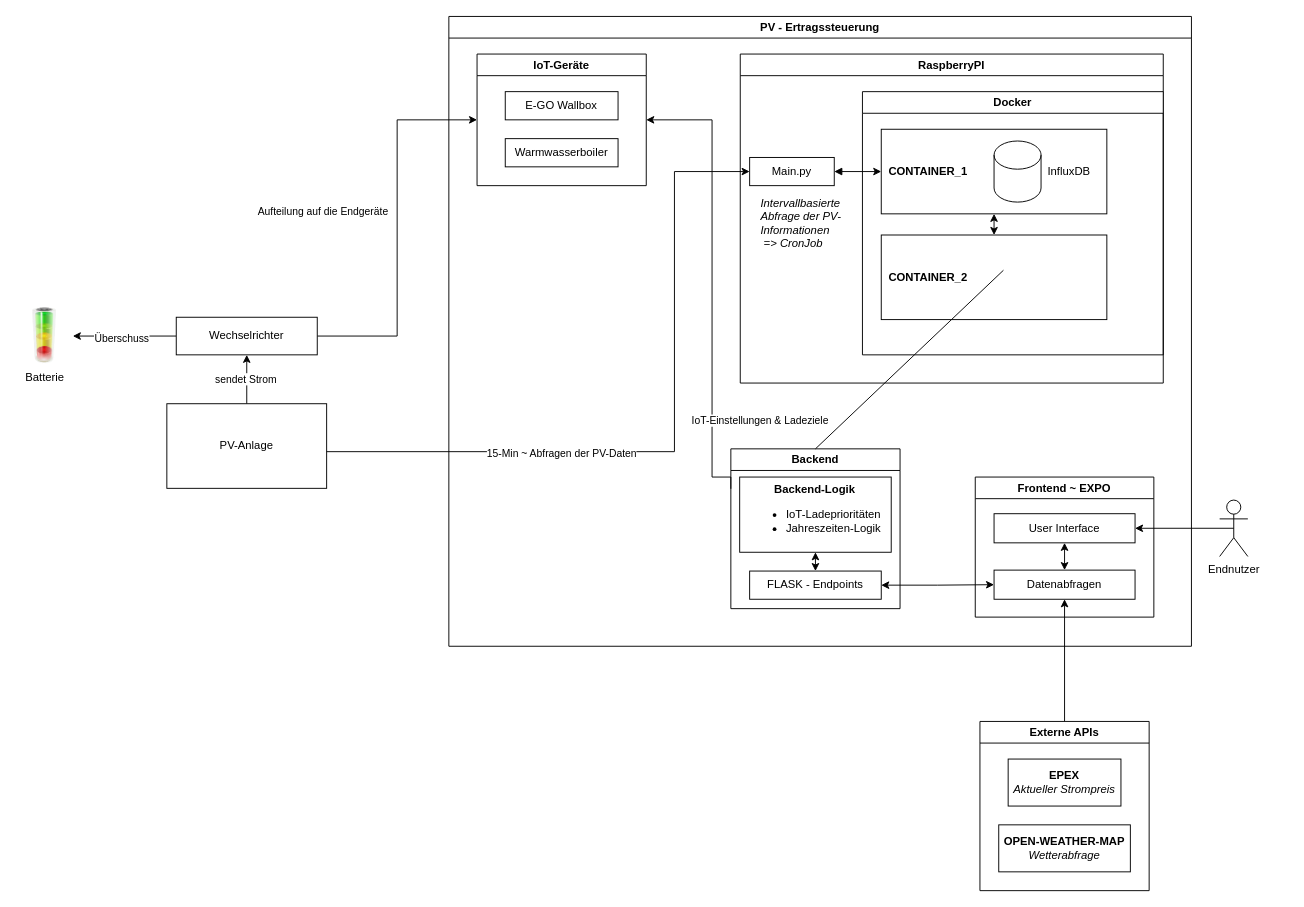
jonasaberger/DIPL_Ertragssteuerung_PV keeps this draw.io diagram as 00_Docs/02_Diagramme/PV-Ertragssteuerung.drawio. Above is the earlier version. Source tidied: cells renumbered, new cells numbered last; positions are measured from the earlier drawing's top-left corner, leaving out a move shared by most shapes. Both pictures are drawn from the tidied source at 94%, with x=0, y=0 at pixel (16, 16).
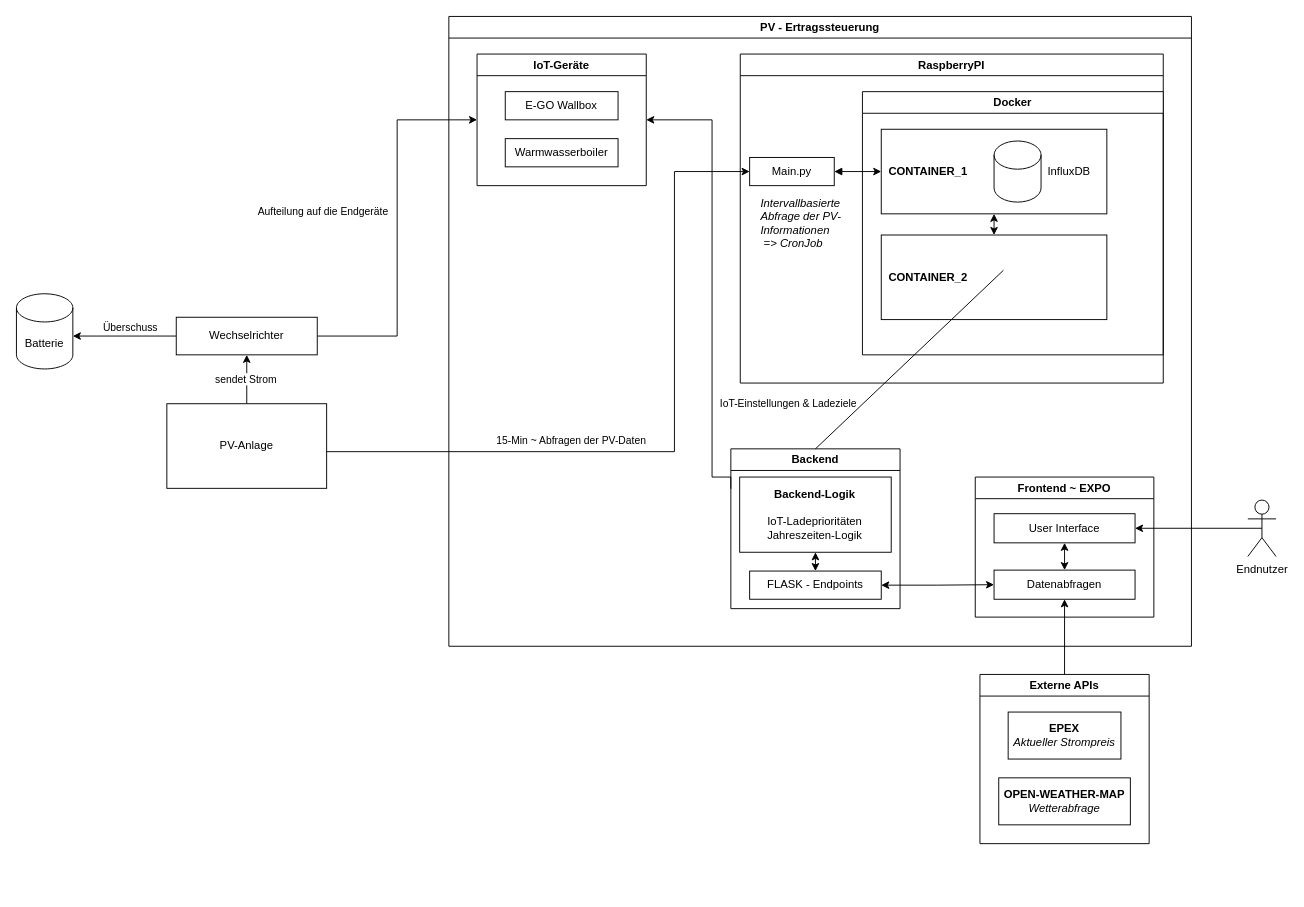
The same diagram, later.

Unchanged cells that the change refers to:
```xml
<mxCell id="22" style="edgeStyle=orthogonalEdgeStyle;rounded=0;jettySize=auto;html=1;exitX=0;exitY=0.25;exitDx=0;exitDy=0;entryX=1;entryY=0.5;entryDx=0;entryDy=0;" parent="2" edge="1" source="24" target="3">
  <mxGeometry relative="1" as="geometry">
    <Array as="points">
      <mxPoint x="280" y="490" />
      <mxPoint x="280" y="110" />
    </Array>
  </mxGeometry>
</mxCell>
<mxCell id="24" value="Backend" style="swimlane;whiteSpace=wrap;html=1;startSize=23;" parent="2" vertex="1">
  <mxGeometry x="300" y="460" width="180" height="170" as="geometry" />
</mxCell>
<mxCell id="28" style="edgeStyle=orthogonalEdgeStyle;rounded=0;jettySize=auto;html=1;exitX=1;exitY=0.5;exitDx=0;exitDy=0;entryX=0;entryY=0.5;entryDx=0;entryDy=0;" parent="2" edge="1" target="20">
  <mxGeometry relative="1" as="geometry">
    <mxPoint x="-150" y="462" as="sourcePoint" />
    <Array as="points">
      <mxPoint x="-150" y="463" />
      <mxPoint x="240" y="463" />
      <mxPoint x="240" y="165" />
    </Array>
  </mxGeometry>
</mxCell>
<mxCell id="36" value="Wechselrichter" style="rounded=0;whiteSpace=wrap;html=1;" parent="1" vertex="1">
  <mxGeometry x="170" y="320" width="150" height="40" as="geometry" />
</mxCell>
```

What changed in the source:
```diff
@@
     <mxCell id="23" value="IoT-Einstellungen &amp;amp; Ladeziele" style="edgeLabel;html=1;align=center;verticalAlign=middle;" parent="22" vertex="1">
       <mxGeometry x="-0.66" relative="1" as="geometry">
-        <mxPoint x="50" y="-11" as="offset" />
+        <mxPoint x="80" y="-29" as="offset" />
       </mxGeometry>
     </mxCell>
@@
-    <mxCell id="26" value="&lt;b&gt;Backend-Logik&lt;/b&gt;&lt;div&gt;&lt;ul&gt;&lt;li&gt;IoT-Ladeprioritäten&lt;/li&gt;&lt;li&gt;Jahreszeiten-Logik&lt;/li&gt;&lt;/ul&gt;&lt;/div&gt;" style="rounded=0;whiteSpace=wrap;html=1;" parent="24" vertex="1">
+    <mxCell id="26" value="&lt;b&gt;Backend-Logik&lt;/b&gt;&lt;div&gt;&lt;span style=&quot;background-color: transparent; color: light-dark(rgb(0, 0, 0), rgb(255, 255, 255));&quot;&gt;&lt;br&gt;&lt;/span&gt;&lt;/div&gt;&lt;div&gt;&lt;span style=&quot;background-color: transparent; color: light-dark(rgb(0, 0, 0), rgb(255, 255, 255));&quot;&gt;IoT-Ladeprioritäten&lt;/span&gt;&lt;div&gt;&lt;span style=&quot;background-color: transparent; color: light-dark(rgb(0, 0, 0), rgb(255, 255, 255));&quot;&gt;Jahreszeiten-Logik&lt;/span&gt;&lt;/div&gt;&lt;/div&gt;" style="rounded=0;whiteSpace=wrap;html=1;" parent="24" vertex="1">
       <mxGeometry x="9.4" y="30" width="161.2" height="80" as="geometry" />
     </mxCell>
@@
     <mxCell id="29" value="15-Min ~ Abfragen der PV-Daten" style="edgeLabel;html=1;align=center;verticalAlign=middle;" parent="28" vertex="1">
       <mxGeometry x="-0.2" y="-3" relative="1" as="geometry">
-        <mxPoint x="-38" y="-2" as="offset" />
+        <mxPoint x="-28" y="-16" as="offset" />
       </mxGeometry>
     </mxCell>
@@
-    <mxCell id="34" style="edgeStyle=orthogonalEdgeStyle;rounded=0;jettySize=auto;html=1;exitX=0;exitY=0.5;exitDx=0;exitDy=0;entryX=1;entryY=0.5;entryDx=0;entryDy=0;" parent="1" edge="1" source="36" target="40">
-      <mxGeometry relative="1" as="geometry" />
+    <mxCell id="34" style="edgeStyle=orthogonalEdgeStyle;rounded=0;jettySize=auto;html=1;exitX=0;exitY=0.5;exitDx=0;exitDy=0;entryX=1;entryY=0.5;entryDx=0;entryDy=0;" parent="1" edge="1" source="36">
+      <mxGeometry relative="1" as="geometry">
+        <mxPoint x="60" y="340" as="targetPoint" />
+      </mxGeometry>
     </mxCell>
     <mxCell id="35" value="Überschuss" style="edgeLabel;html=1;align=center;verticalAlign=middle;" parent="34" vertex="1">
-      <mxGeometry x="0.08" y="2" relative="1" as="geometry" />
+      <mxGeometry x="0.08" y="2" relative="1" as="geometry">
+        <mxPoint x="10" y="-12" as="offset" />
+      </mxGeometry>
     </mxCell>
@@
-    <mxCell id="40" value="Batterie" style="image;html=1;image=img/lib/clip_art/general/Battery_allstates_128x128.png;" parent="1" vertex="1">
-      <mxGeometry y="310" width="60" height="60" as="geometry" />
-    </mxCell>
@@
     <mxCell id="42" value="Endnutzer" style="shape=umlActor;verticalLabelPosition=bottom;verticalAlign=top;html=1;outlineConnect=0;" parent="1" vertex="1">
-      <mxGeometry x="1280" y="514.5" width="30" height="60" as="geometry" />
+      <mxGeometry x="1310" y="514.5" width="30" height="60" as="geometry" />
     </mxCell>
@@
     <mxCell id="44" value="Externe APIs" style="swimlane;whiteSpace=wrap;html=1;startSize=23;" parent="1" vertex="1">
-      <mxGeometry x="1025" y="750" width="180" height="180" as="geometry" />
+      <mxGeometry x="1025" y="700" width="180" height="180" as="geometry" />
     </mxCell>
@@
+    <mxCell id="40" value="Batterie" style="shape=cylinder3;whiteSpace=wrap;html=1;boundedLbl=1;backgroundOutline=1;size=15;" parent="1" vertex="1">
+      <mxGeometry y="295" width="60" height="80" as="geometry" />
+    </mxCell>
```
